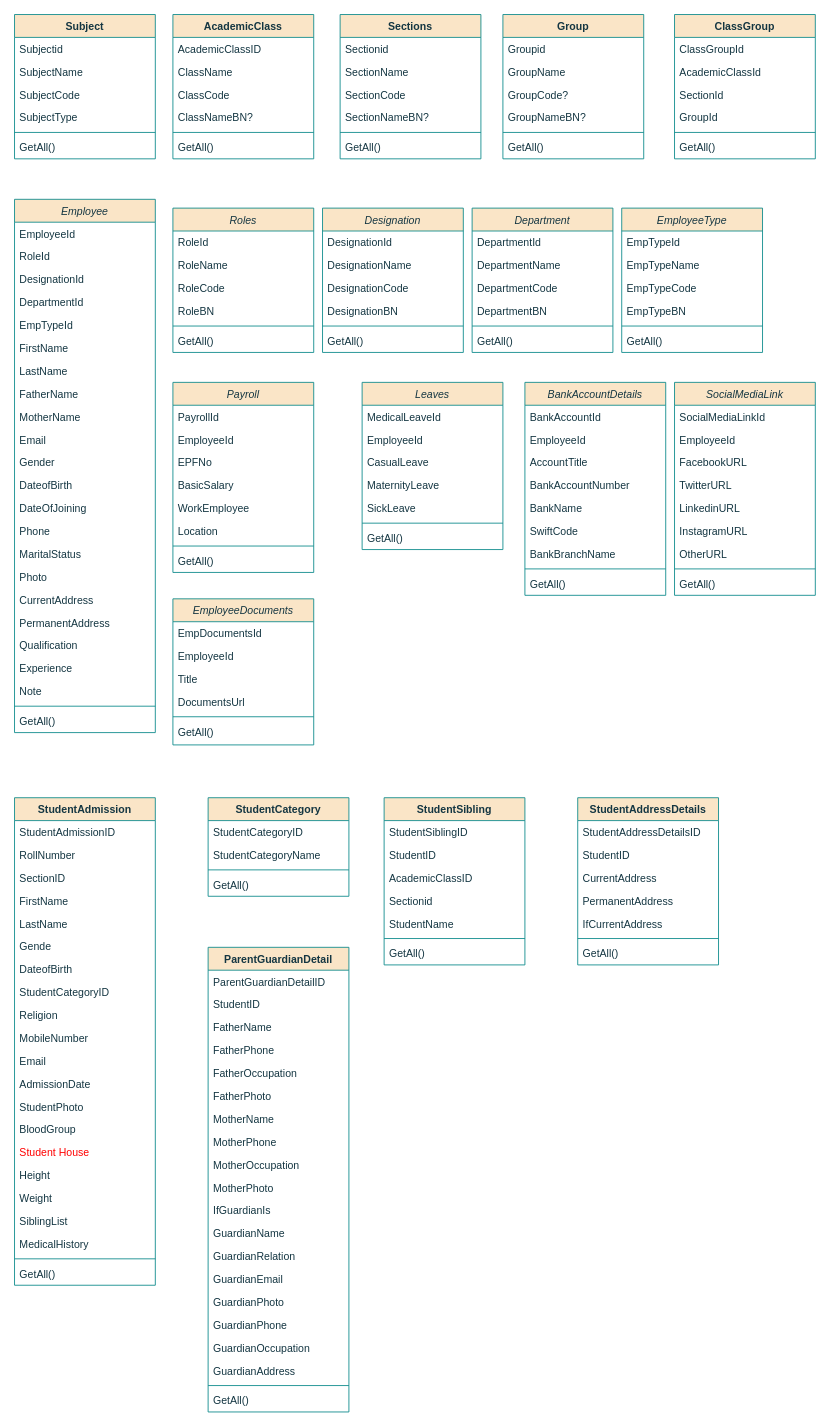
The draw.io diagram page "Page-3" (1 of 3) of Untitled Diagram.drawio in walidulhasan/UML, before the edit. Source tidied: cells renumbered, new cells numbered last; positions are measured from the earlier drawing's top-left corner, leaving out a move shared by most shapes. Both pictures are drawn from the tidied source at 88%, with x=0, y=0 at pixel (14, 14).
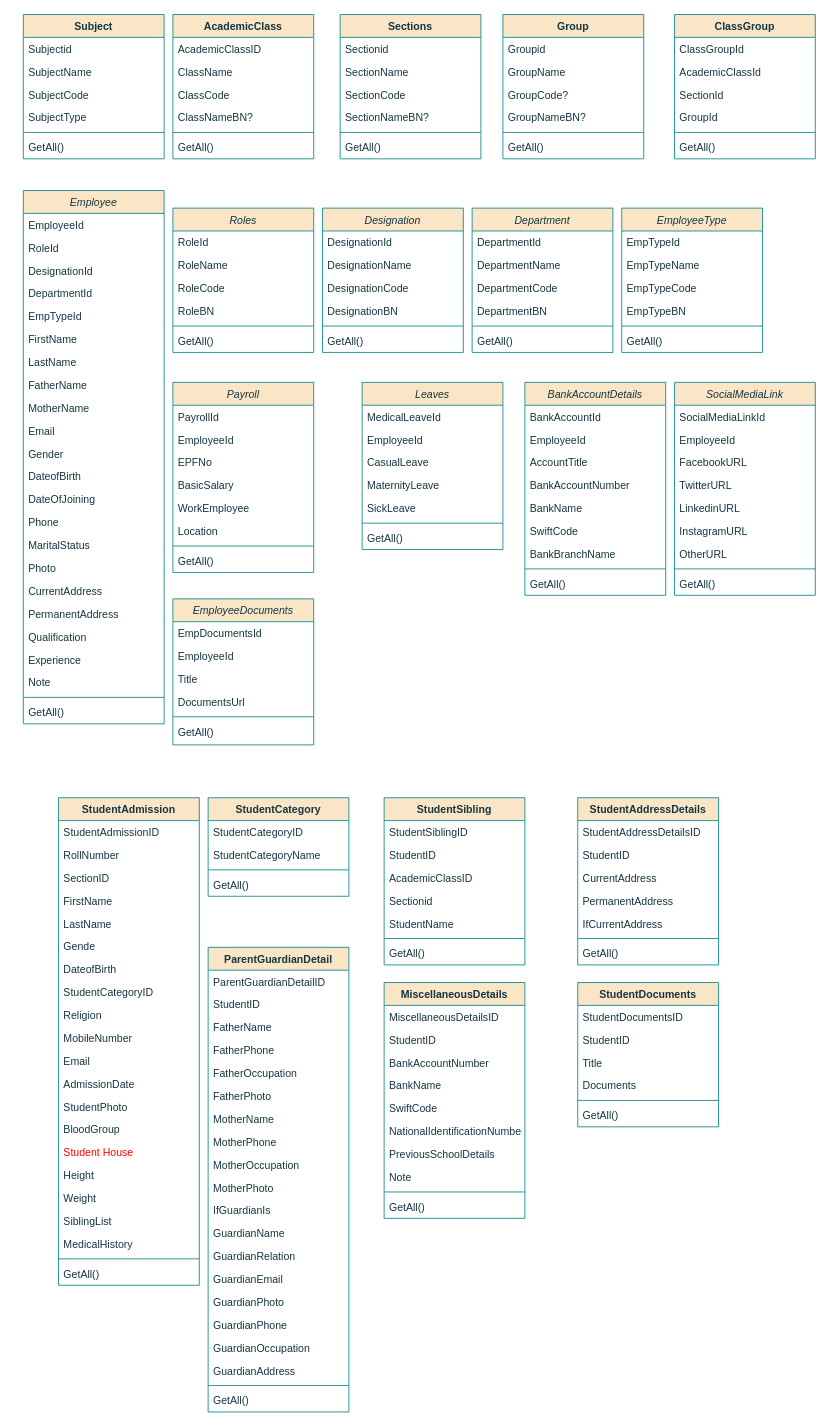
After the change.

What changed in the source:
```diff
@@
     <mxCell id="2" value="Subject" style="swimlane;fontStyle=1;align=center;verticalAlign=top;horizontal=1;startSize=26;labelBackgroundColor=none;fillColor=#FAE5C7;strokeColor=#0F8B8D;fontColor=#143642;" parent="1" vertex="1">
-      <mxGeometry width="160" height="164" as="geometry" />
+      <mxGeometry x="10" width="160" height="164" as="geometry" />
     </mxCell>
@@
     <mxCell id="23" value="Employee" style="swimlane;fontStyle=2;align=center;verticalAlign=top;horizontal=1;startSize=26;rounded=0;shadow=0;strokeWidth=1;labelBackgroundColor=none;fillColor=#FAE5C7;strokeColor=#0F8B8D;fontColor=#143642;" parent="1" vertex="1">
-      <mxGeometry y="210" width="160" height="606" as="geometry" />
+      <mxGeometry x="10" y="200" width="160" height="606" as="geometry" />
     </mxCell>
@@
     <mxCell id="133" value="StudentAdmission" style="swimlane;fontStyle=1;align=center;verticalAlign=top;horizontal=1;startSize=26;labelBackgroundColor=none;fillColor=#FAE5C7;strokeColor=#0F8B8D;fontColor=#143642;" parent="1" vertex="1">
-      <mxGeometry y="890" width="160" height="554" as="geometry" />
+      <mxGeometry x="50" y="890" width="160" height="554" as="geometry" />
     </mxCell>
@@
+    <mxCell id="197" value="StudentDocuments" style="swimlane;fontStyle=1;align=center;verticalAlign=top;horizontal=1;startSize=26;labelBackgroundColor=none;fillColor=#FAE5C7;strokeColor=#0F8B8D;fontColor=#143642;" parent="1" vertex="1">
+      <mxGeometry x="640" y="1100" width="160" height="164" as="geometry" />
+    </mxCell>
+    <mxCell id="198" value="StudentDocumentsID" style="text;strokeColor=none;fillColor=none;align=left;verticalAlign=top;spacingLeft=4;spacingRight=4;overflow=hidden;labelBackgroundColor=none;fontColor=#143642;" parent="197" vertex="1">
+      <mxGeometry y="26" width="160" height="26" as="geometry" />
+    </mxCell>
+    <mxCell id="199" value="StudentID" style="text;strokeColor=none;fillColor=none;align=left;verticalAlign=top;spacingLeft=4;spacingRight=4;overflow=hidden;labelBackgroundColor=none;fontColor=#143642;" parent="197" vertex="1">
+      <mxGeometry y="52" width="160" height="26" as="geometry" />
+    </mxCell>
+    <mxCell id="200" value="Title" style="text;strokeColor=none;fillColor=none;align=left;verticalAlign=top;spacingLeft=4;spacingRight=4;overflow=hidden;labelBackgroundColor=none;fontColor=#143642;" parent="197" vertex="1">
+      <mxGeometry y="78" width="160" height="26" as="geometry" />
+    </mxCell>
+    <mxCell id="201" value="Documents" style="text;strokeColor=none;fillColor=none;align=left;verticalAlign=top;spacingLeft=4;spacingRight=4;overflow=hidden;labelBackgroundColor=none;fontColor=#143642;" parent="197" vertex="1">
+      <mxGeometry y="104" width="160" height="26" as="geometry" />
+    </mxCell>
+    <mxCell id="202" style="line;strokeWidth=1;fillColor=none;align=left;verticalAlign=middle;spacingTop=-1;spacingLeft=3;spacingRight=3;labelPosition=right;strokeColor=#0F8B8D;labelBackgroundColor=none;fontColor=#143642;" parent="197" vertex="1">
+      <mxGeometry y="130" width="160" height="8" as="geometry" />
+    </mxCell>
+    <mxCell id="203" value="GetAll()" style="text;strokeColor=none;fillColor=none;align=left;verticalAlign=top;spacingLeft=4;spacingRight=4;overflow=hidden;labelBackgroundColor=none;fontColor=#143642;" parent="197" vertex="1">
+      <mxGeometry y="138" width="160" height="26" as="geometry" />
+    </mxCell>
+    <mxCell id="204" value="MiscellaneousDetails" style="swimlane;fontStyle=1;align=center;verticalAlign=top;horizontal=1;startSize=26;labelBackgroundColor=none;fillColor=#FAE5C7;strokeColor=#0F8B8D;fontColor=#143642;" parent="1" vertex="1">
+      <mxGeometry x="420" y="1100" width="160" height="268" as="geometry" />
+    </mxCell>
+    <mxCell id="205" value="MiscellaneousDetailsID" style="text;strokeColor=none;fillColor=none;align=left;verticalAlign=top;spacingLeft=4;spacingRight=4;overflow=hidden;labelBackgroundColor=none;fontColor=#143642;" parent="204" vertex="1">
+      <mxGeometry y="26" width="160" height="26" as="geometry" />
+    </mxCell>
+    <mxCell id="206" value="StudentID" style="text;strokeColor=none;fillColor=none;align=left;verticalAlign=top;spacingLeft=4;spacingRight=4;overflow=hidden;labelBackgroundColor=none;fontColor=#143642;" parent="204" vertex="1">
+      <mxGeometry y="52" width="160" height="26" as="geometry" />
+    </mxCell>
+    <mxCell id="207" value="BankAccountNumber" style="text;strokeColor=none;fillColor=none;align=left;verticalAlign=top;spacingLeft=4;spacingRight=4;overflow=hidden;labelBackgroundColor=none;fontColor=#143642;" parent="204" vertex="1">
+      <mxGeometry y="78" width="160" height="26" as="geometry" />
+    </mxCell>
+    <mxCell id="208" value="BankName" style="text;strokeColor=none;fillColor=none;align=left;verticalAlign=top;spacingLeft=4;spacingRight=4;overflow=hidden;labelBackgroundColor=none;fontColor=#143642;" parent="204" vertex="1">
+      <mxGeometry y="104" width="160" height="26" as="geometry" />
+    </mxCell>
+    <mxCell id="209" value="SwiftCode" style="text;strokeColor=none;fillColor=none;align=left;verticalAlign=top;spacingLeft=4;spacingRight=4;overflow=hidden;labelBackgroundColor=none;fontColor=#143642;" parent="204" vertex="1">
+      <mxGeometry y="130" width="160" height="26" as="geometry" />
+    </mxCell>
+    <mxCell id="210" value="NationalIdentificationNumber" style="text;strokeColor=none;fillColor=none;align=left;verticalAlign=top;spacingLeft=4;spacingRight=4;overflow=hidden;labelBackgroundColor=none;fontColor=#143642;" parent="204" vertex="1">
+      <mxGeometry y="156" width="160" height="26" as="geometry" />
+    </mxCell>
+    <mxCell id="211" value="PreviousSchoolDetails" style="text;strokeColor=none;fillColor=none;align=left;verticalAlign=top;spacingLeft=4;spacingRight=4;overflow=hidden;labelBackgroundColor=none;fontColor=#143642;" parent="204" vertex="1">
+      <mxGeometry y="182" width="160" height="26" as="geometry" />
+    </mxCell>
+    <mxCell id="212" value="Note" style="text;strokeColor=none;fillColor=none;align=left;verticalAlign=top;spacingLeft=4;spacingRight=4;overflow=hidden;labelBackgroundColor=none;fontColor=#143642;" parent="204" vertex="1">
+      <mxGeometry y="208" width="160" height="26" as="geometry" />
+    </mxCell>
+    <mxCell id="213" style="line;strokeWidth=1;fillColor=none;align=left;verticalAlign=middle;spacingTop=-1;spacingLeft=3;spacingRight=3;labelPosition=right;strokeColor=#0F8B8D;labelBackgroundColor=none;fontColor=#143642;" parent="204" vertex="1">
+      <mxGeometry y="234" width="160" height="8" as="geometry" />
+    </mxCell>
+    <mxCell id="214" value="GetAll()" style="text;strokeColor=none;fillColor=none;align=left;verticalAlign=top;spacingLeft=4;spacingRight=4;overflow=hidden;labelBackgroundColor=none;fontColor=#143642;" parent="204" vertex="1">
+      <mxGeometry y="242" width="160" height="26" as="geometry" />
+    </mxCell>
```
